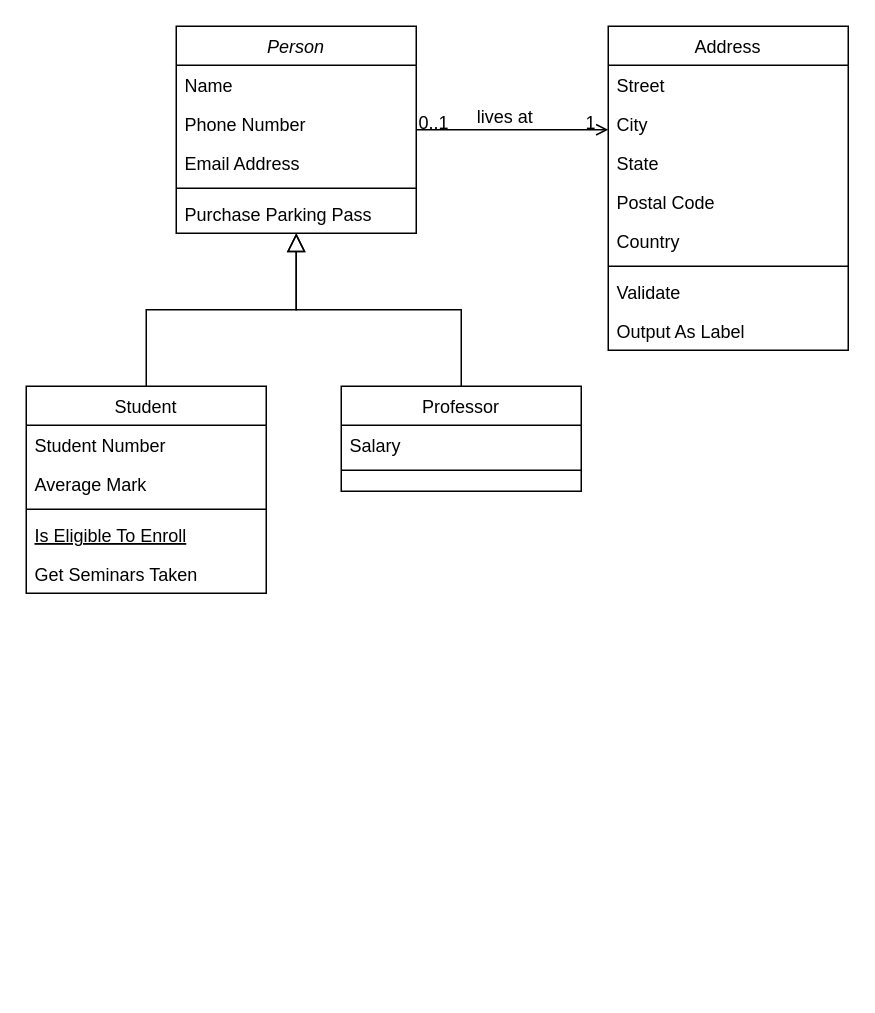
Above: FishCollectorDiagram.drawio in ayamonta/Diagrams (draw.io), before the change. Source tidied: cells renumbered, new cells numbered last; positions are measured from the earlier drawing's top-left corner, leaving out a move shared by most shapes. Both pictures are drawn from the tidied source at 150%, with x=0, y=0 at pixel (26, 26).
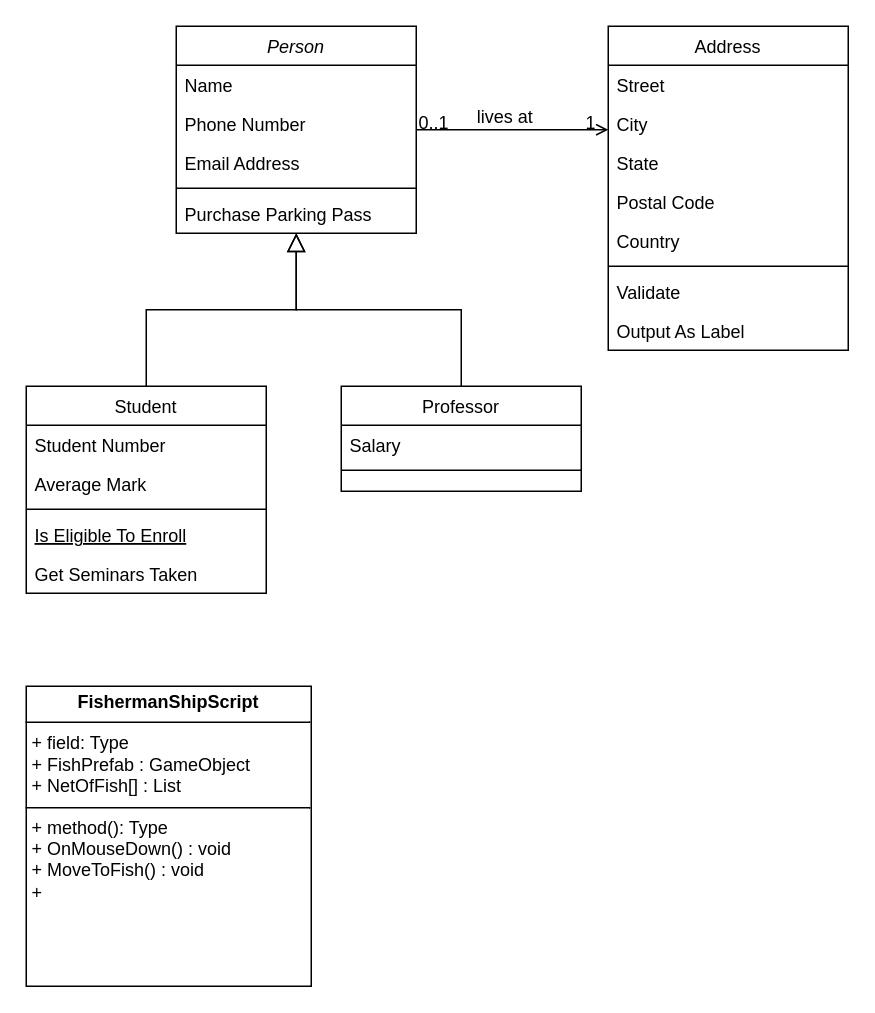
The same page after the edit.

The edit, as a diff of the source:
```diff
@@
+    <mxCell id="32" value="&lt;p style=&quot;margin:0px;margin-top:4px;text-align:center;&quot;&gt;&lt;b&gt;FishermanShipScript&lt;/b&gt;&lt;/p&gt;&lt;hr size=&quot;1&quot; style=&quot;border-style:solid;&quot;&gt;&lt;p style=&quot;margin:0px;margin-left:4px;&quot;&gt;+ field: Type&lt;/p&gt;&lt;p style=&quot;margin:0px;margin-left:4px;&quot;&gt;+ FishPrefab : GameObject&lt;/p&gt;&lt;p style=&quot;margin:0px;margin-left:4px;&quot;&gt;+ NetOfFish[] : List&lt;/p&gt;&lt;hr size=&quot;1&quot; style=&quot;border-style:solid;&quot;&gt;&lt;p style=&quot;margin:0px;margin-left:4px;&quot;&gt;+ method(): Type&lt;/p&gt;&lt;p style=&quot;margin:0px;margin-left:4px;&quot;&gt;+ OnMouseDown() : void&lt;/p&gt;&lt;p style=&quot;margin:0px;margin-left:4px;&quot;&gt;+ MoveToFish() : void&lt;/p&gt;&lt;p style=&quot;margin:0px;margin-left:4px;&quot;&gt;+&amp;nbsp;&lt;/p&gt;" style="verticalAlign=top;align=left;overflow=fill;html=1;whiteSpace=wrap;" parent="1" vertex="1">
+      <mxGeometry y="440" width="190" height="200" as="geometry" />
+    </mxCell>
```
